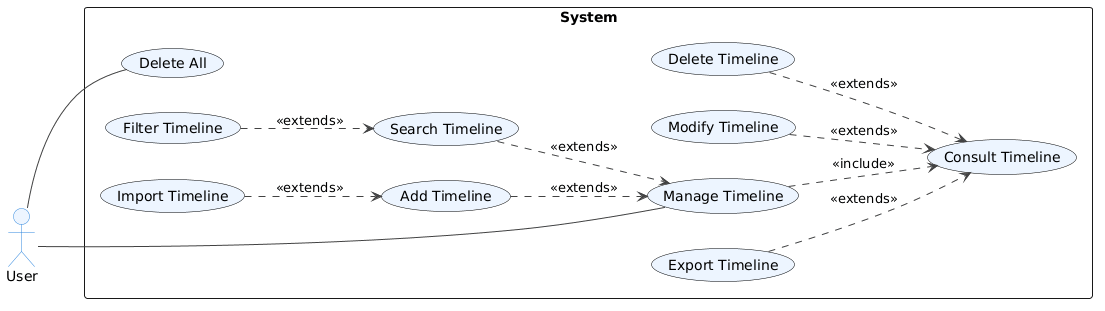
Earlier version of the PlantUML export Docs/design/Use case/Use Case.png (jeannamatthews-classes/group-project-digital-lifelines). The source it was exported from:
```plantuml
@startuml
left to right direction

skinparam actor {
    BorderColor #2E86DE
    BackgroundColor #edf5ff
}

skinparam usecase {
    BackgroundColor #edf5ff
    BorderColor black
    FontColor black
}

skinparam ArrowColor #424242

actor User

rectangle System {
    usecase UC1 as "Manage Timeline
    "
    usecase "Add Timeline" as UC2
    usecase "Consult Timeline" as UC3
    usecase "Export Timeline" as UC4
    usecase "Import Timeline" as UC5
    usecase "Modify Timeline" as UC6
    usecase "Delete Timeline" as UC7
    usecase "Search Timeline" as UC8
    usecase "Filter Timeline" as UC9
    usecase "Delete All" as UC10

}

User -- UC1
User -- UC10
UC1 ..> UC3 : <<include>>
UC2 ..> UC1 : <<extends>>
UC8 ..> UC1 : <<extends>>
UC9 ..> UC8 : <<extends>>
UC4 ..> UC3 : <<extends>>
UC6 ..> UC3 : <<extends>>
UC7 ..> UC3 : <<extends>>
UC5 ..> UC2 : <<extends>>
@enduml
```
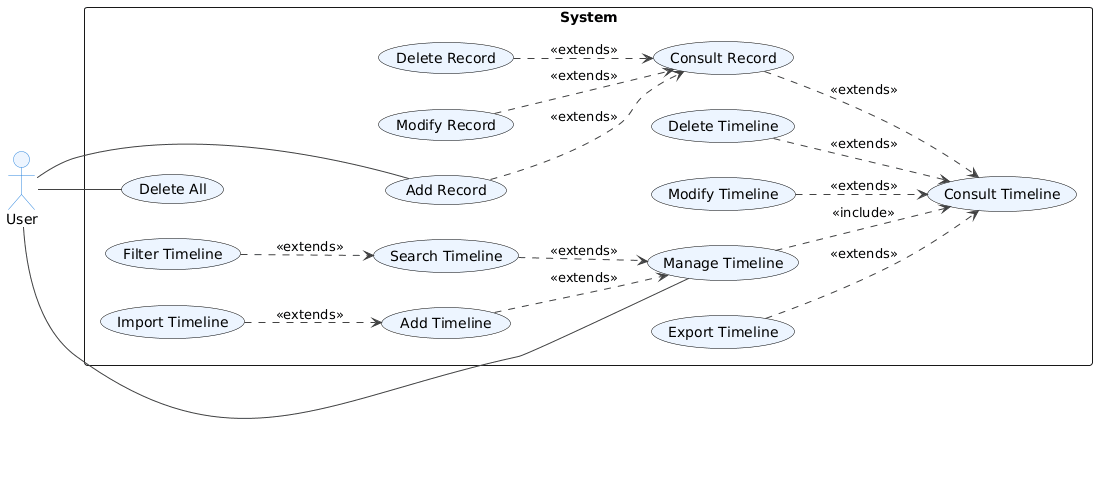
After the change.

Commit message:
Update use case files

Change to the diagram source:
```diff
@@ -17,8 +17,7 @@
 actor User
 
 rectangle System {
-    usecase UC1 as "Manage Timeline
-    "
+    usecase "Manage Timeline" as UC1
     usecase "Add Timeline" as UC2
     usecase "Consult Timeline" as UC3
     usecase "Export Timeline" as UC4
@@ -28,11 +27,17 @@
     usecase "Search Timeline" as UC8
     usecase "Filter Timeline" as UC9
     usecase "Delete All" as UC10
+    usecase "Consult Record" as UC11
+    usecase "Add Record" as UC12
+    usecase "Modify Record" as UC13
+    usecase "Delete Record" as UC14
 
-}
+
+    }
 
 User -- UC1
 User -- UC10
+User -- UC12
 UC1 ..> UC3 : <<include>>
 UC2 ..> UC1 : <<extends>>
 UC8 ..> UC1 : <<extends>>
@@ -41,4 +46,8 @@
 UC6 ..> UC3 : <<extends>>
 UC7 ..> UC3 : <<extends>>
 UC5 ..> UC2 : <<extends>>
+UC11 ..> UC3 : <<extends>>
+UC12 ..> UC11 : <<extends>>
+UC13 ..> UC11 : <<extends>>
+UC14 ..> UC11 : <<extends>>
 @enduml
```
